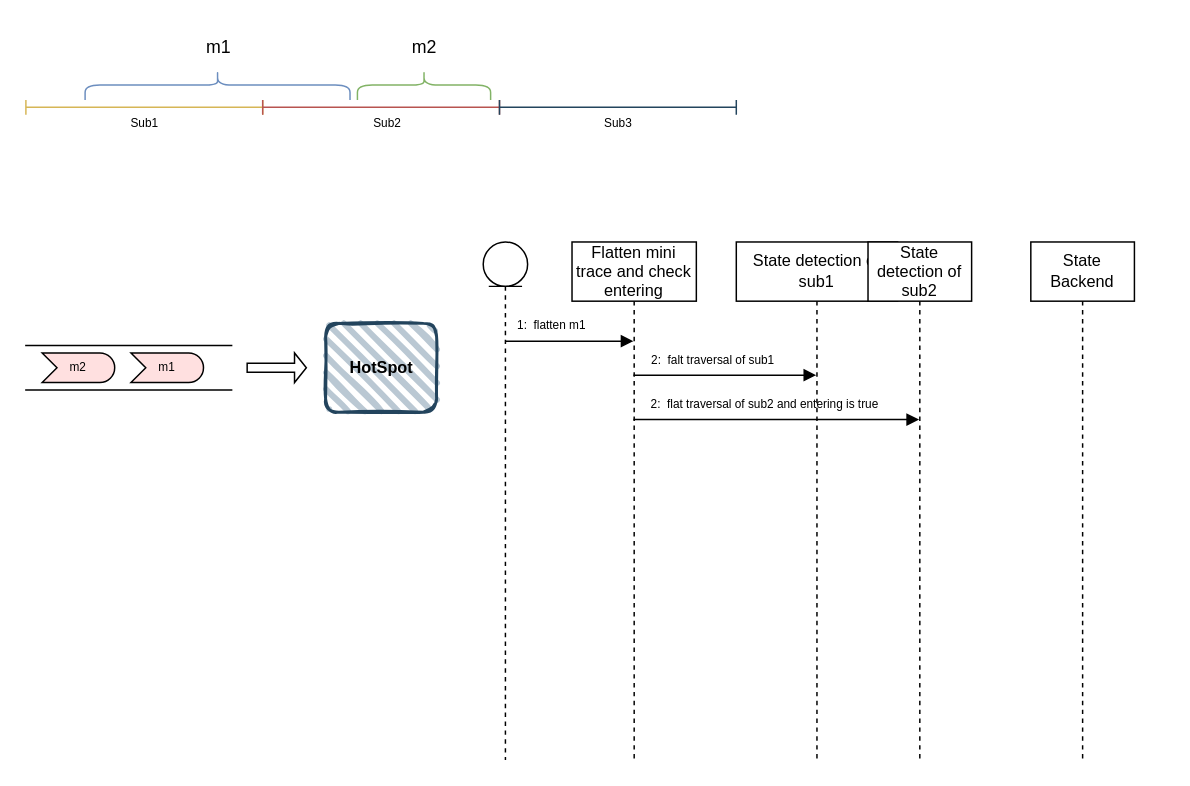
The draw.io diagram out-of-order.drawio in ponyFan/pony_note, before the edit. Source tidied: cells renumbered, new cells numbered last; positions are measured from the earlier drawing's top-left corner, leaving out a move shared by most shapes. Both pictures are drawn from the tidied source at 148%, with x=0, y=0 at pixel (25, 25).
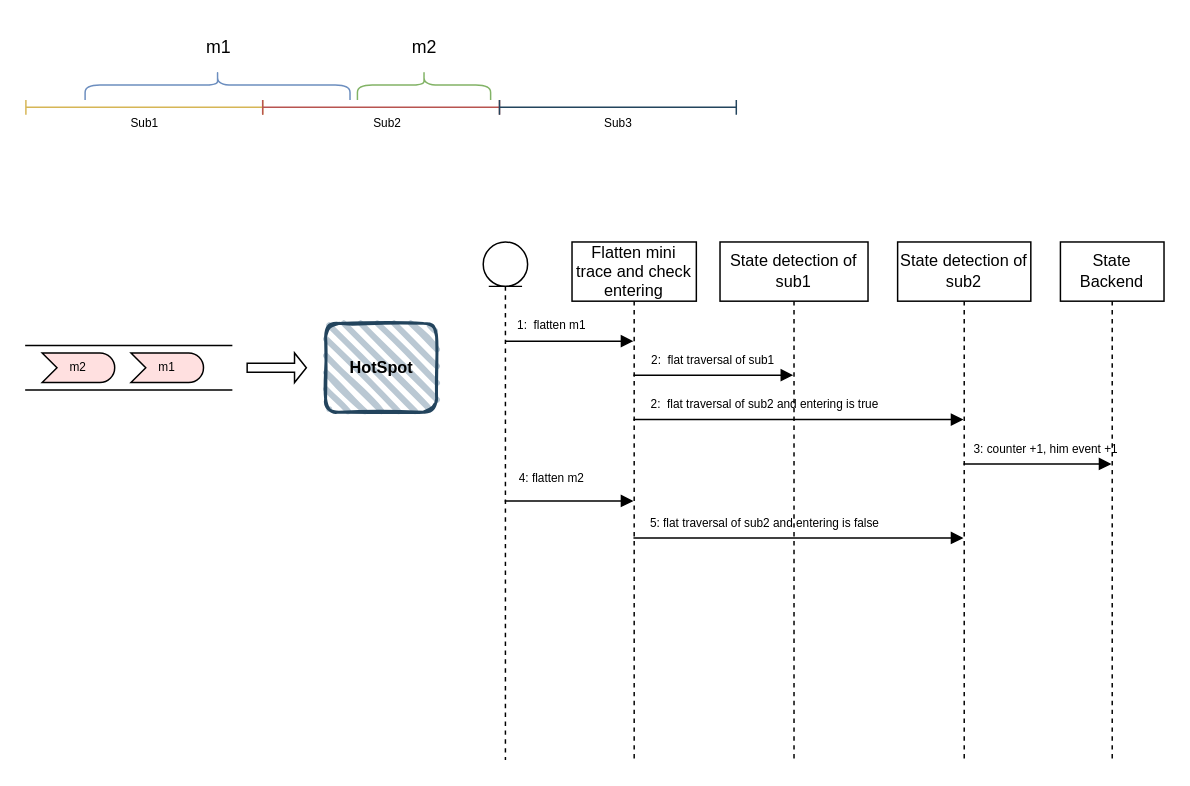
The same diagram, later.

Unchanged cells that the change refers to:
```xml
<mxCell id="17" value="Flatten&amp;nbsp;mini trace and check entering" style="shape=umlLifeline;perimeter=lifelinePerimeter;whiteSpace=wrap;html=1;outlineConnect=0;fontSize=11;" parent="1" vertex="1">
  <mxGeometry x="369" y="146" width="84" height="350" as="geometry" />
</mxCell>
<mxCell id="21" style="shape=umlLifeline;participant=umlEntity;perimeter=lifelinePerimeter;whiteSpace=wrap;html=1;verticalAlign=top;spacingTop=36;outlineConnect=0;fontSize=11;size=30;" parent="1" vertex="1">
  <mxGeometry x="309" y="146" width="30" height="350" as="geometry" />
</mxCell>
```

Change to the diagram source:
```diff
@@
     <mxCell id="18" value="State detection of sub1" style="shape=umlLifeline;perimeter=lifelinePerimeter;whiteSpace=wrap;html=1;outlineConnect=0;fontSize=11;" parent="1" vertex="1">
-      <mxGeometry x="480" y="146" width="109" height="350" as="geometry" />
+      <mxGeometry x="469" y="146" width="100" height="350" as="geometry" />
     </mxCell>
-    <mxCell id="19" value="2:&amp;nbsp; flat traversal of sub2 and entering is true" style="text;html=1;align=center;verticalAlign=middle;strokeColor=none;fillColor=none;fontSize=8;" parent="18" vertex="1">
-      <mxGeometry x="-71" y="100" width="180" height="20" as="geometry" />
-    </mxCell>
+    <mxCell id="28" value="5: flat traversal of sub2 and entering is false" style="text;html=1;align=center;verticalAlign=middle;strokeColor=none;fillColor=none;fontSize=8;" parent="18" vertex="1">
+      <mxGeometry x="-60" y="180" width="180" height="20" as="geometry" />
+    </mxCell>
     <mxCell id="20" value="State Backend" style="shape=umlLifeline;perimeter=lifelinePerimeter;whiteSpace=wrap;html=1;outlineConnect=0;fontSize=11;" parent="1" vertex="1">
-      <mxGeometry x="679" y="146" width="70" height="350" as="geometry" />
+      <mxGeometry x="699" y="146" width="70" height="350" as="geometry" />
     </mxCell>
+    <mxCell id="29" value="3: counter +1, him event +1" style="text;html=1;align=center;verticalAlign=middle;strokeColor=none;fillColor=none;fontSize=8;" parent="20" vertex="1">
+      <mxGeometry x="-70" y="130" width="120" height="20" as="geometry" />
+    </mxCell>
@@
     <mxCell id="23" value="State detection of sub2" style="shape=umlLifeline;perimeter=lifelinePerimeter;whiteSpace=wrap;html=1;outlineConnect=0;fontSize=11;" parent="1" vertex="1">
-      <mxGeometry x="569" y="146" width="70" height="350" as="geometry" />
+      <mxGeometry x="589" y="146" width="90" height="350" as="geometry" />
     </mxCell>
@@
-    <mxCell id="27" value="2:&amp;nbsp; falt traversal of sub1" style="text;html=1;align=center;verticalAlign=middle;strokeColor=none;fillColor=none;fontSize=8;" parent="1" vertex="1">
+    <mxCell id="27" value="2:&amp;nbsp; flat traversal of sub1" style="text;html=1;align=center;verticalAlign=middle;strokeColor=none;fillColor=none;fontSize=8;" parent="1" vertex="1">
       <mxGeometry x="409" y="216" width="110" height="20" as="geometry" />
     </mxCell>
+    <mxCell id="19" value="2:&amp;nbsp; flat traversal of sub2 and entering is true" style="text;html=1;align=center;verticalAlign=middle;strokeColor=none;fillColor=none;fontSize=8;" parent="1" vertex="1">
+      <mxGeometry x="409" y="246" width="180" height="20" as="geometry" />
+    </mxCell>
+    <mxCell id="30" style="html=1;verticalAlign=bottom;endArrow=block;rounded=0;fontSize=8;" parent="1" edge="1" source="23" target="20">
+      <mxGeometry relative="1" as="geometry">
+        <Array as="points">
+          <mxPoint x="689" y="296" />
+        </Array>
+      </mxGeometry>
+    </mxCell>
+    <mxCell id="31" style="html=1;verticalAlign=bottom;endArrow=block;rounded=0;fontSize=8;" parent="1" edge="1" source="21" target="17">
+      <mxGeometry relative="1" as="geometry" />
+    </mxCell>
+    <mxCell id="32" value="4: flatten m2" style="text;html=1;align=center;verticalAlign=middle;strokeColor=none;fillColor=none;fontSize=8;" parent="1" vertex="1">
+      <mxGeometry x="320" y="296" width="70" height="20" as="geometry" />
+    </mxCell>
+    <mxCell id="33" style="html=1;verticalAlign=bottom;endArrow=block;rounded=0;fontSize=8;" parent="1" edge="1" source="17" target="23">
+      <mxGeometry relative="1" as="geometry">
+        <Array as="points">
+          <mxPoint x="539" y="346" />
+        </Array>
+      </mxGeometry>
+    </mxCell>
```
